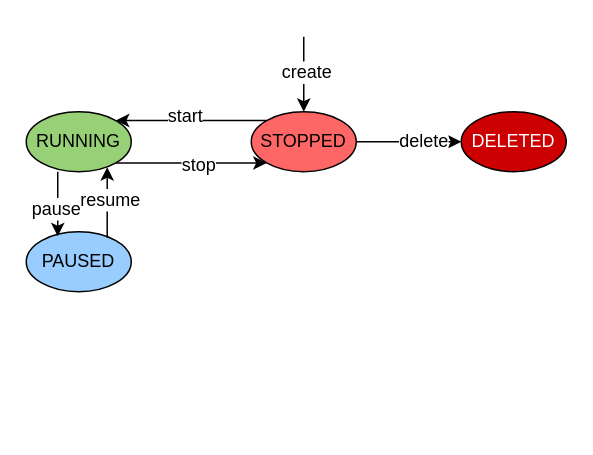
Earlier version of the draw.io diagram page "状态转换" (9 of 9) of 自助式接入.drawio (dophinlife/drawio). Source tidied: cells renumbered, new cells numbered last; positions are measured from the earlier drawing's top-left corner, leaving out a move shared by most shapes. Both pictures are drawn from the tidied source at 150%, with x=0, y=0 at pixel (26, 36).
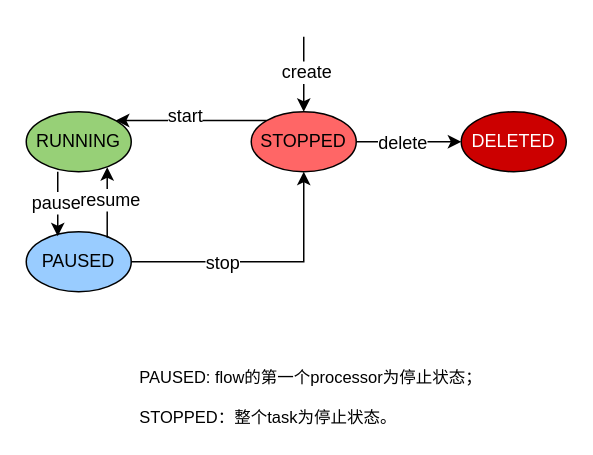
Above is the later version.

Commit message:
Update 自助式接入.drawio

The change refers to these unchanged cells:
```xml
<mxCell id="4" style="edgeStyle=orthogonalEdgeStyle;rounded=0;jettySize=auto;html=1;" parent="1" edge="1" source="6" target="10">
  <mxGeometry relative="1" as="geometry" />
</mxCell>
<mxCell id="6" value="STOPPED" style="ellipse;whiteSpace=wrap;html=1;fillColor=#FF6666;" parent="1" vertex="1">
  <mxGeometry x="150" y="50" width="70" height="40" as="geometry" />
</mxCell>
<mxCell id="9" value="RUNNING" style="ellipse;whiteSpace=wrap;html=1;fillColor=#97D077;" parent="1" vertex="1">
  <mxGeometry y="50" width="70" height="40" as="geometry" />
</mxCell>
<mxCell id="11" value="PAUSED" style="ellipse;whiteSpace=wrap;html=1;fillColor=#99CCFF;" parent="1" vertex="1">
  <mxGeometry y="130" width="70" height="40" as="geometry" />
</mxCell>
<mxCell id="14" style="endArrow=classic;html=1;fontColor=#FFFFFF;entryX=0.3;entryY=0.075;entryDx=0;entryDy=0;entryPerimeter=0;" parent="1" edge="1" target="11">
  <mxGeometry relative="1" as="geometry">
    <mxPoint x="21" y="90" as="sourcePoint" />
  </mxGeometry>
</mxCell>
```

What changed in the source:
```diff
@@
     <mxCell id="5" value="delete" style="text;html=1;align=center;verticalAlign=middle;labelBackgroundColor=#ffffff;fontColor=#000000;" parent="4" vertex="1">
-      <mxGeometry x="0.26" y="1" relative="1" as="geometry" />
+      <mxGeometry x="0.26" y="1" relative="1" as="geometry">
+        <mxPoint x="-14" y="1" as="offset" />
+      </mxGeometry>
     </mxCell>
@@
-    <mxCell id="7" style="edgeStyle=orthogonalEdgeStyle;rounded=0;jettySize=auto;html=1;exitX=1;exitY=1;exitDx=0;exitDy=0;entryX=0;entryY=1;entryDx=0;entryDy=0;fontColor=#000000;" parent="1" edge="1" source="9" target="6">
+    <mxCell id="7" style="edgeStyle=orthogonalEdgeStyle;rounded=0;jettySize=auto;html=1;entryX=0.5;entryY=1;entryDx=0;entryDy=0;fontColor=#000000;" parent="1" edge="1" source="11" target="6">
       <mxGeometry relative="1" as="geometry" />
     </mxCell>
     <mxCell id="8" value="stop" style="text;html=1;align=center;verticalAlign=middle;labelBackgroundColor=#ffffff;fontColor=#000000;" parent="7" vertex="1">
-      <mxGeometry x="0.1" y="-1" relative="1" as="geometry" />
+      <mxGeometry x="0.1" y="-1" relative="1" as="geometry">
+        <mxPoint x="-36" y="-1" as="offset" />
+      </mxGeometry>
     </mxCell>
@@
     <mxCell id="15" value="pause" style="text;html=1;align=center;verticalAlign=middle;labelBackgroundColor=#ffffff;fontColor=#000000;" parent="14" vertex="1">
-      <mxGeometry x="0.11" y="-2" relative="1" as="geometry" />
+      <mxGeometry x="0.11" y="-2" relative="1" as="geometry">
+        <mxPoint y="-4" as="offset" />
+      </mxGeometry>
     </mxCell>
@@
+    <mxCell id="18" value="&lt;font style=&quot;font-size: 11px&quot;&gt;PAUSED: flow的第一个processor为停止状态；&lt;br&gt;&lt;br&gt;&lt;/font&gt;&lt;div style=&quot;text-align: left ; font-size: 11px&quot;&gt;&lt;span&gt;&lt;font style=&quot;font-size: 11px&quot;&gt;STOPPED：整个task为停止状态。&lt;/font&gt;&lt;/span&gt;&lt;/div&gt;" style="text;html=1;strokeColor=none;fillColor=none;align=center;verticalAlign=middle;whiteSpace=wrap;rounded=0;fontColor=#000000;" parent="1" vertex="1">
+      <mxGeometry x="60" y="230" width="260" height="20" as="geometry" />
+    </mxCell>
```
